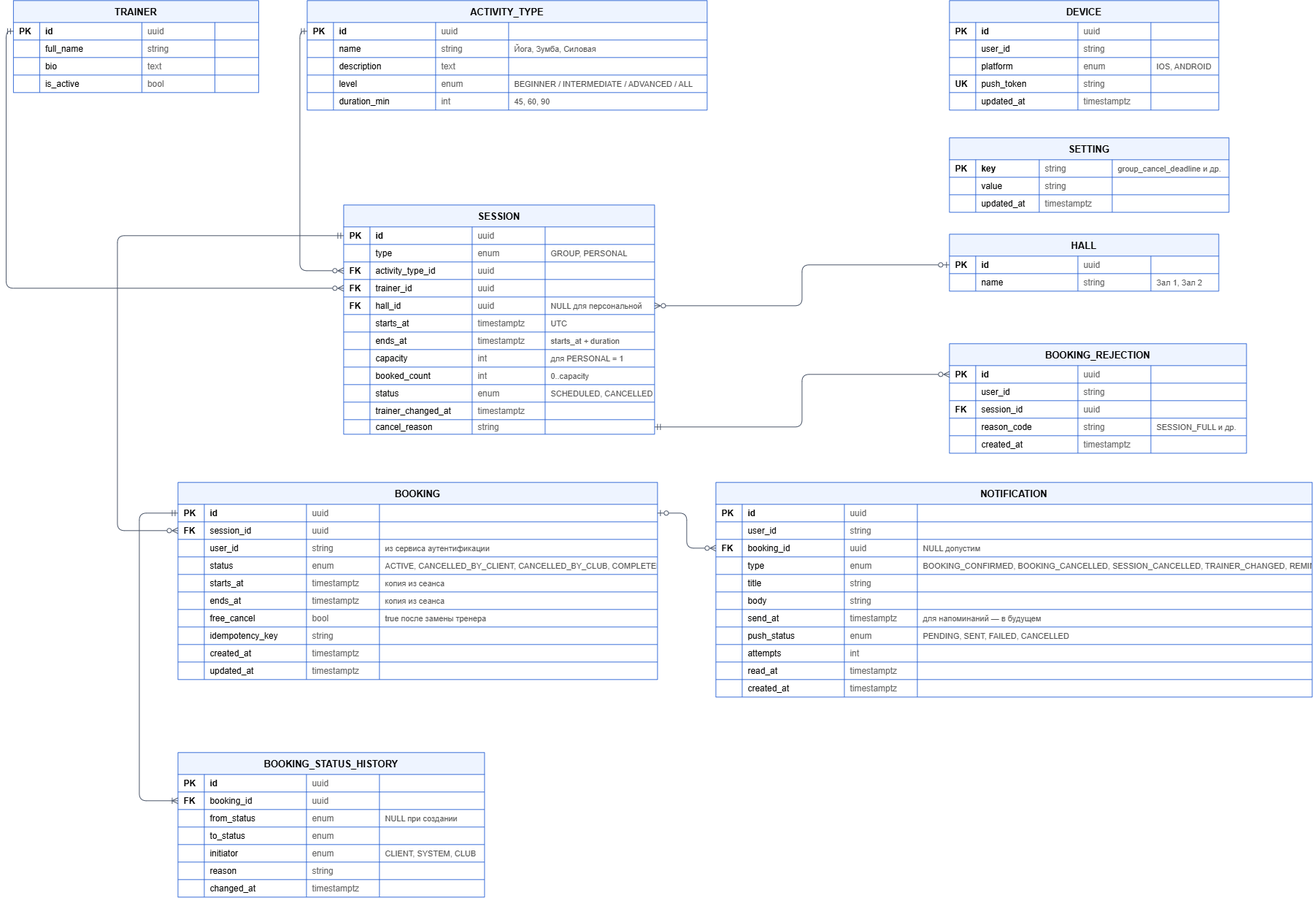
Earlier version of the draw.io export er-diagram.png (Imme1storunn/fitness-booking-mvp). Source tidied: cells renumbered, new cells last; positions are measured from the earlier drawing's top-left corner, leaving out a move shared by most shapes.
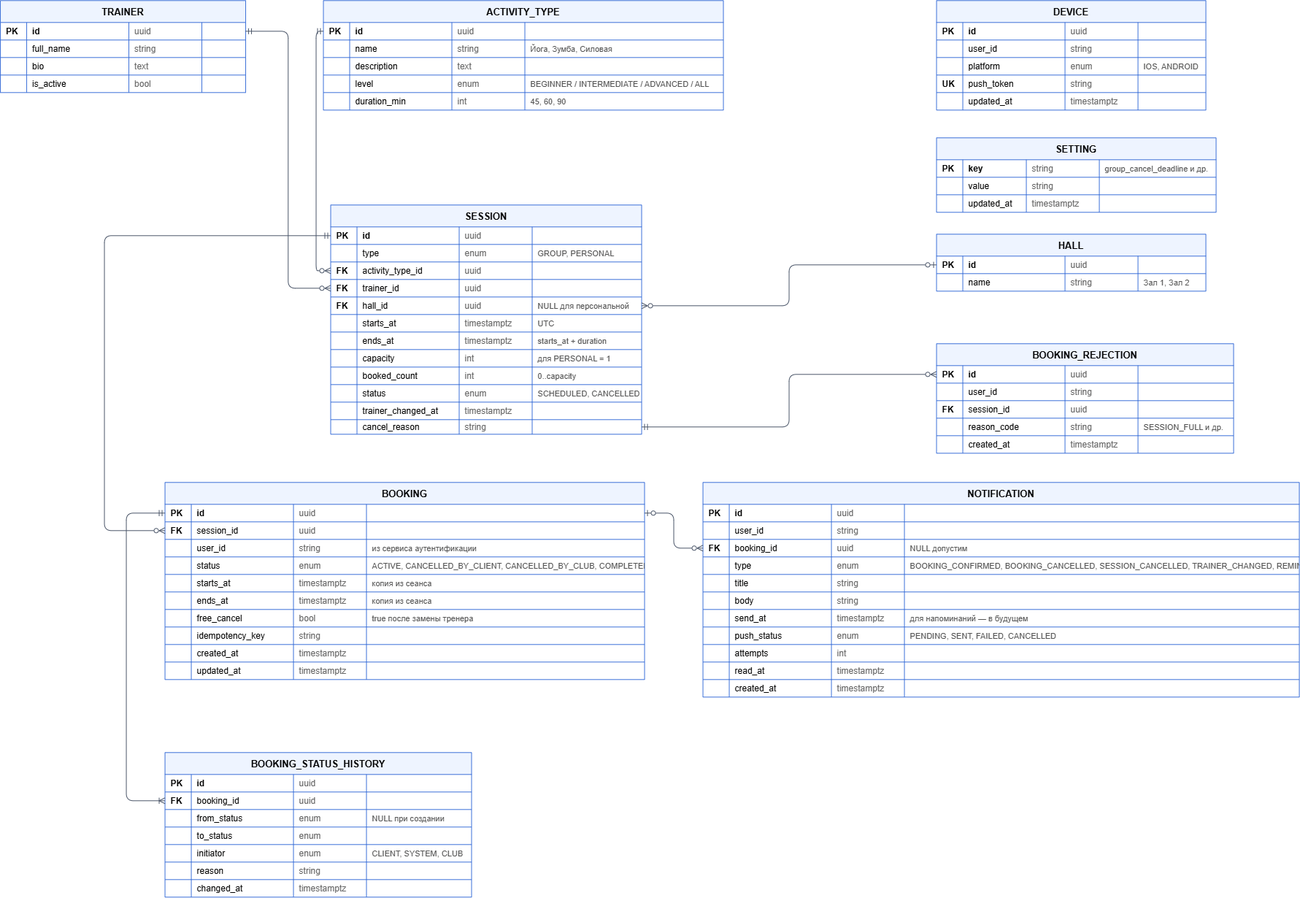
After the commit.

Diff of the diagram source:
```diff
@@ -99,7 +99,7 @@
       <mxGeometry x="276" width="60" height="24" as="geometry" />
     </mxCell>
     <mxCell id="34" value="ACTIVITY_TYPE" style="shape=table;startSize=30;rowLines=1;fontStyle=1;align=center;fillColor=#EEF4FF;strokeColor=#3B6FD8;fontFamily=Helvetica;fontSize=13;" parent="1" vertex="1">
-      <mxGeometry x="402" width="548" height="150" as="geometry" />
+      <mxGeometry x="442" width="548" height="150" as="geometry" />
     </mxCell>
     <mxCell id="35" style="shape=tableRow;horizontal=0;startSize=0;swimlaneHead=0;swimlaneBody=0;fillColor=none;points=[[0,0.5],[1,0.5]];portConstraint=eastwest;top=0;left=0;right=0;bottom=0;" parent="34" vertex="1">
       <mxGeometry y="30" width="548" height="24" as="geometry" />
@@ -995,7 +995,7 @@
     <mxCell id="332" style="rounded=1;html=1;startArrow=ERzeroToOne;endArrow=ERzeroToMany;startFill=0;endFill=0;strokeColor=#4A5568;fontSize=11;fontColor=#4A5568;labelBackgroundColor=#FFFFFF;entryX=1;entryY=0.5;entryDx=0;entryDy=0;exitX=0;exitY=0.5;exitDx=0;exitDy=0;edgeStyle=orthogonalEdgeStyle;" parent="1" edge="1" source="3" target="123">
       <mxGeometry relative="1" as="geometry" />
     </mxCell>
-    <mxCell id="333" style="edgeStyle=orthogonalEdgeStyle;rounded=1;html=1;startArrow=ERmandOne;endArrow=ERzeroToMany;startFill=0;endFill=0;strokeColor=#4A5568;fontSize=11;fontColor=#4A5568;labelBackgroundColor=#FFFFFF;entryX=0;entryY=0.5;entryDx=0;entryDy=0;exitX=0;exitY=0.5;exitDx=0;exitDy=0;" parent="1" edge="1" source="14" target="118">
+    <mxCell id="333" style="edgeStyle=orthogonalEdgeStyle;rounded=1;html=1;startArrow=ERmandOne;endArrow=ERzeroToMany;startFill=0;endFill=0;strokeColor=#4A5568;fontSize=11;fontColor=#4A5568;labelBackgroundColor=#FFFFFF;entryX=0;entryY=0.5;entryDx=0;entryDy=0;exitX=1;exitY=0.5;exitDx=0;exitDy=0;" parent="1" edge="1" source="14" target="118">
       <mxGeometry x="0.22" y="95" relative="1" as="geometry">
         <mxPoint x="-45" y="11" as="offset" />
       </mxGeometry>
```
